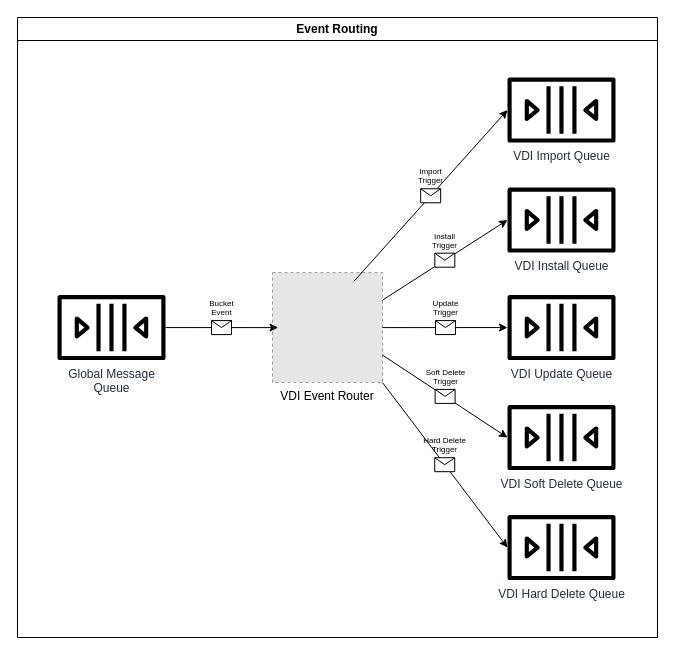
Earlier version of the draw.io diagram docs/design/1.0/diagrams/3-event-routing.drawio (VEuPathDB/vdi-service). Source tidied: cells renumbered, new cells numbered last; positions are measured from the earlier drawing's top-left corner, leaving out a move shared by most shapes. Both pictures are drawn from the tidied source at 100%, with x=0, y=0 at pixel (17, 17). Pictures stored in the file or linked from it are replaced by grey dashed boxes.
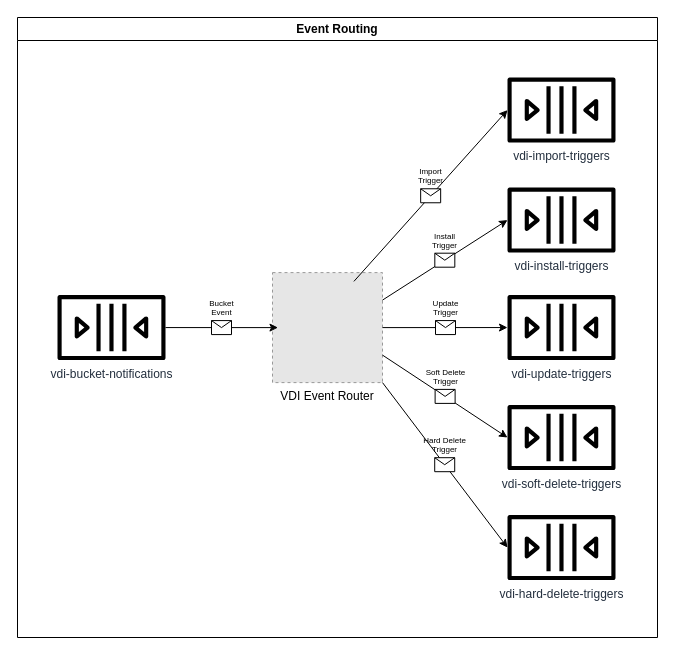
The same diagram, later.

Unchanged cells that the change refers to:
```xml
<mxCell id="2" value="Event Routing" style="swimlane;whiteSpace=wrap;html=1;fontSize=12;fillColor=default;" parent="1" vertex="1">
  <mxGeometry width="640" height="620" as="geometry" />
</mxCell>
```

Diff of the diagram source:
```diff
@@
-    <mxCell id="3" value="Global Message&lt;br&gt;Queue" style="sketch=0;outlineConnect=0;fontColor=#232F3E;gradientColor=none;fillColor=#000000;strokeColor=none;dashed=0;verticalLabelPosition=bottom;verticalAlign=top;align=center;html=1;fontSize=12;fontStyle=0;shape=mxgraph.aws4.queue;" parent="2" vertex="1">
+    <mxCell id="3" value="vdi-bucket-notifications" style="sketch=0;outlineConnect=0;fontColor=#232F3E;gradientColor=none;fillColor=#000000;strokeColor=none;dashed=0;verticalLabelPosition=bottom;verticalAlign=top;align=center;html=1;fontSize=12;fontStyle=0;shape=mxgraph.aws4.queue;" parent="2" vertex="1">
       <mxGeometry x="40" y="277.5" width="108" height="65.1" as="geometry" />
     </mxCell>
@@
-    <mxCell id="5" value="VDI Import Queue" style="sketch=0;outlineConnect=0;fontColor=#232F3E;gradientColor=none;fillColor=#000000;strokeColor=none;dashed=0;verticalLabelPosition=bottom;verticalAlign=top;align=center;html=1;fontSize=12;fontStyle=0;shape=mxgraph.aws4.queue;points=[[0,0.5,0,0,0],[0.5,0,0,0,0],[0.5,1,0,0,0],[1,0.5,0,0,0]];" parent="2" vertex="1">
+    <mxCell id="5" value="vdi-import-triggers" style="sketch=0;outlineConnect=0;fontColor=#232F3E;gradientColor=none;fillColor=#000000;strokeColor=none;dashed=0;verticalLabelPosition=bottom;verticalAlign=top;align=center;html=1;fontSize=12;fontStyle=0;shape=mxgraph.aws4.queue;points=[[0,0.5,0,0,0],[0.5,0,0,0,0],[0.5,1,0,0,0],[1,0.5,0,0,0]];" parent="2" vertex="1">
       <mxGeometry x="490" y="60" width="108" height="65.1" as="geometry" />
     </mxCell>
-    <mxCell id="6" value="VDI Install Queue" style="sketch=0;outlineConnect=0;fontColor=#232F3E;gradientColor=none;fillColor=#000000;strokeColor=none;dashed=0;verticalLabelPosition=bottom;verticalAlign=top;align=center;html=1;fontSize=12;fontStyle=0;shape=mxgraph.aws4.queue;points=[[0,0.5,0,0,0]];" parent="2" vertex="1">
+    <mxCell id="6" value="vdi-install-triggers" style="sketch=0;outlineConnect=0;fontColor=#232F3E;gradientColor=none;fillColor=#000000;strokeColor=none;dashed=0;verticalLabelPosition=bottom;verticalAlign=top;align=center;html=1;fontSize=12;fontStyle=0;shape=mxgraph.aws4.queue;points=[[0,0.5,0,0,0]];" parent="2" vertex="1">
       <mxGeometry x="490" y="170" width="108" height="65.1" as="geometry" />
     </mxCell>
-    <mxCell id="7" value="VDI Update Queue" style="sketch=0;outlineConnect=0;fontColor=#232F3E;gradientColor=none;fillColor=#000000;strokeColor=none;dashed=0;verticalLabelPosition=bottom;verticalAlign=top;align=center;html=1;fontSize=12;fontStyle=0;shape=mxgraph.aws4.queue;points=[[0,0.5,0,0,0]];" parent="2" vertex="1">
+    <mxCell id="7" value="vdi-update-triggers" style="sketch=0;outlineConnect=0;fontColor=#232F3E;gradientColor=none;fillColor=#000000;strokeColor=none;dashed=0;verticalLabelPosition=bottom;verticalAlign=top;align=center;html=1;fontSize=12;fontStyle=0;shape=mxgraph.aws4.queue;points=[[0,0.5,0,0,0]];" parent="2" vertex="1">
       <mxGeometry x="490" y="277.5" width="108" height="65.1" as="geometry" />
     </mxCell>
-    <mxCell id="8" value="VDI Soft Delete Queue" style="sketch=0;outlineConnect=0;fontColor=#232F3E;gradientColor=none;fillColor=#000000;strokeColor=none;dashed=0;verticalLabelPosition=bottom;verticalAlign=top;align=center;html=1;fontSize=12;fontStyle=0;shape=mxgraph.aws4.queue;points=[[0,0.5,0,0,0]];" parent="2" vertex="1">
+    <mxCell id="8" value="&lt;div&gt;vdi-soft-delete-triggers&lt;/div&gt;" style="sketch=0;outlineConnect=0;fontColor=#232F3E;gradientColor=none;fillColor=#000000;strokeColor=none;dashed=0;verticalLabelPosition=bottom;verticalAlign=top;align=center;html=1;fontSize=12;fontStyle=0;shape=mxgraph.aws4.queue;points=[[0,0.5,0,0,0]];" parent="2" vertex="1">
       <mxGeometry x="490" y="387.5" width="108" height="65.1" as="geometry" />
     </mxCell>
-    <mxCell id="9" value="VDI Hard Delete Queue" style="sketch=0;outlineConnect=0;fontColor=#232F3E;gradientColor=none;fillColor=#000000;strokeColor=none;dashed=0;verticalLabelPosition=bottom;verticalAlign=top;align=center;html=1;fontSize=12;fontStyle=0;shape=mxgraph.aws4.queue;points=[[0,0.5,0,0,0]];" parent="2" vertex="1">
+    <mxCell id="9" value="&lt;div&gt;vdi-hard-delete-triggers&lt;/div&gt;" style="sketch=0;outlineConnect=0;fontColor=#232F3E;gradientColor=none;fillColor=#000000;strokeColor=none;dashed=0;verticalLabelPosition=bottom;verticalAlign=top;align=center;html=1;fontSize=12;fontStyle=0;shape=mxgraph.aws4.queue;points=[[0,0.5,0,0,0]];" parent="2" vertex="1">
       <mxGeometry x="490" y="497.5" width="108" height="65.1" as="geometry" />
     </mxCell>
```
